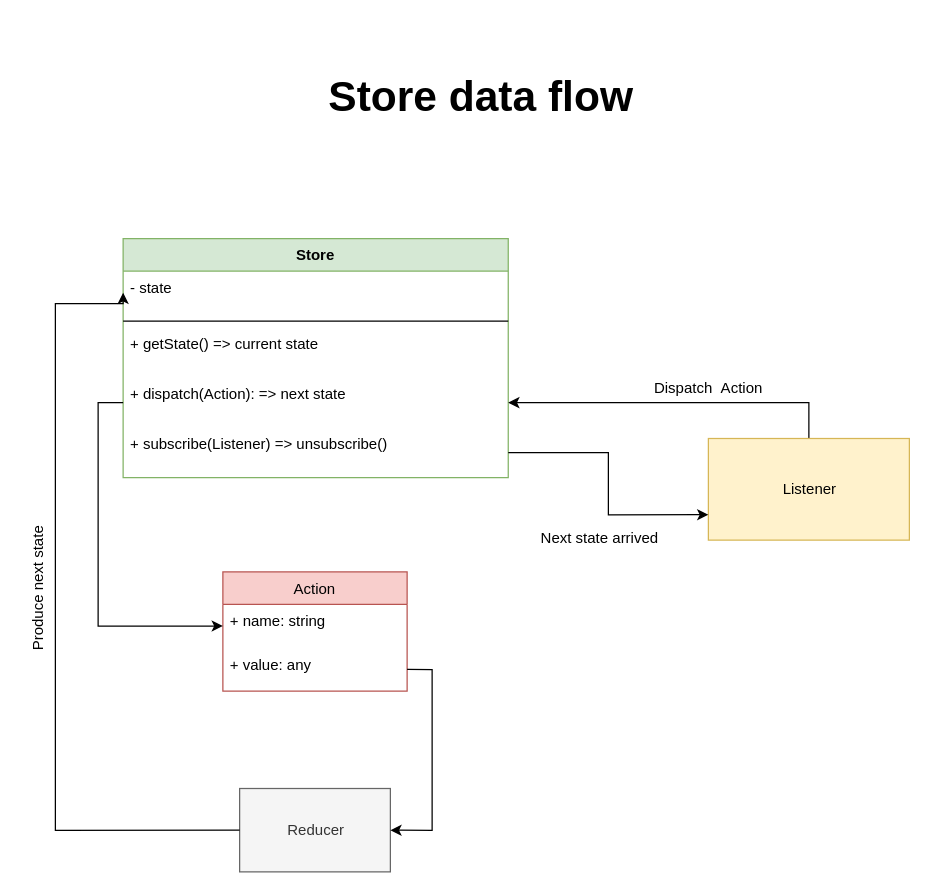
Before: docs/store-data-flow.drawio in IfasdfgDsdfasdfEadfDFfd/jquery-plugin-range-slider, a draw.io diagram. Source tidied: cells renumbered, new cells numbered last; positions are measured from the earlier drawing's top-left corner, leaving out a move shared by most shapes. Both pictures are drawn from the tidied source at 125%, with x=0, y=0 at pixel (-62, 21).
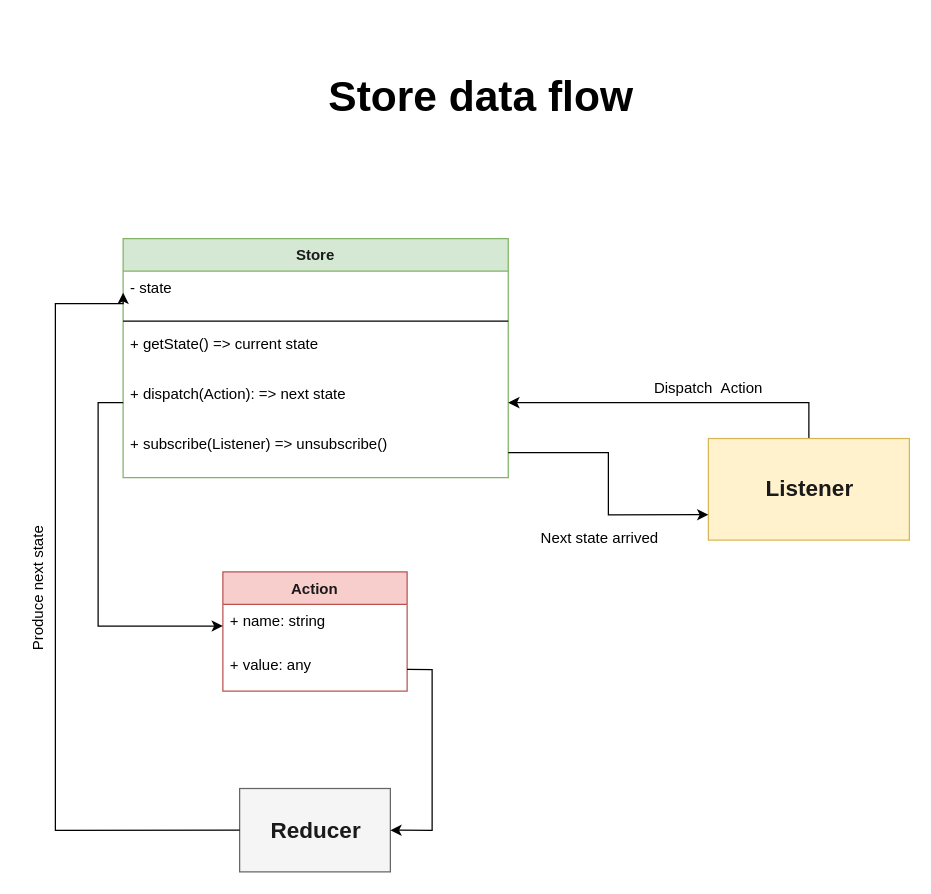
Above is the later version.

The change refers to these unchanged cells:
```xml
<mxCell id="2" style="group;" parent="1" vertex="1">
  <mxGeometry x="67" y="40" width="710" height="640" as="geometry" />
</mxCell>
```

The edit, as a diff of the source:
```diff
@@
-    <mxCell id="4" value="Action" style="swimlane;fontStyle=0;horizontal=1;startSize=26;fillColor=#f8cecc;strokeColor=#b85450;" parent="2" vertex="1">
+    <mxCell id="4" value="Action" style="swimlane;fontStyle=1;horizontal=1;startSize=26;fillColor=#f8cecc;strokeColor=#b85450;fontColor=#1A1A1A;" parent="2" vertex="1">
       <mxGeometry x="160.8" y="400" width="147.4" height="95.3" as="geometry" />
     </mxCell>
@@
-    <mxCell id="7" value="Reducer" style="html=1;fillColor=#f5f5f5;strokeColor=#666666;fontColor=#333333;" parent="2" vertex="1">
+    <mxCell id="7" value="&lt;font style=&quot;font-size: 18px&quot; color=&quot;#1a1a1a&quot;&gt;&lt;b&gt;Reducer&lt;/b&gt;&lt;/font&gt;" style="html=1;fillColor=#f5f5f5;strokeColor=#666666;fontColor=#333333;" parent="2" vertex="1">
       <mxGeometry x="174.2" y="573.3" width="120.6" height="66.7" as="geometry" />
     </mxCell>
-    <mxCell id="8" value="Store" style="swimlane;fontStyle=1;align=center;verticalAlign=top;horizontal=1;startSize=26;fillColor=#d5e8d4;strokeColor=#82b366;" parent="2" vertex="1">
+    <mxCell id="8" value="Store" style="swimlane;fontStyle=1;align=center;verticalAlign=top;horizontal=1;startSize=26;fillColor=#d5e8d4;strokeColor=#82b366;fontSize=12;fontColor=#1A1A1A;" parent="2" vertex="1">
       <mxGeometry x="81" y="133.3" width="308.1" height="191.3" as="geometry" />
     </mxCell>
@@
-    <mxCell id="15" value="Listener" style="html=1;fillColor=#fff2cc;strokeColor=#d6b656;" parent="2" vertex="1">
+    <mxCell id="15" value="&lt;font color=&quot;#1a1a1a&quot; size=&quot;1&quot;&gt;&lt;b style=&quot;font-size: 18px&quot;&gt;Listener&lt;/b&gt;&lt;/font&gt;" style="html=1;fillColor=#fff2cc;strokeColor=#d6b656;" parent="2" vertex="1">
       <mxGeometry x="549.2" y="293.3" width="160.8" height="81.3" as="geometry" />
     </mxCell>
```
